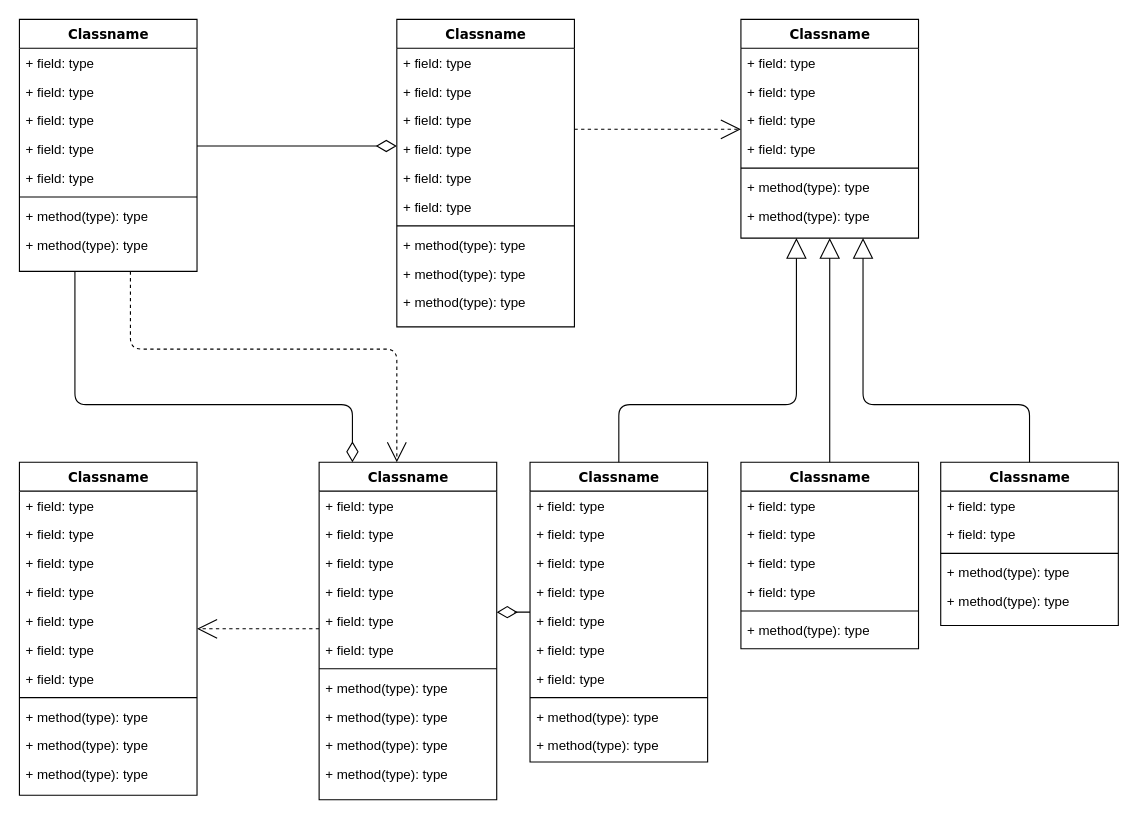
The draw.io diagram Untitled Diagram.drawio in chan227/malay-group-1, before the edit. Source tidied: cells renumbered, new cells numbered last; positions are measured from the earlier drawing's top-left corner, leaving out a move shared by most shapes. Both pictures are drawn from the tidied source at 111%, with x=0, y=0 at pixel (19, 19).
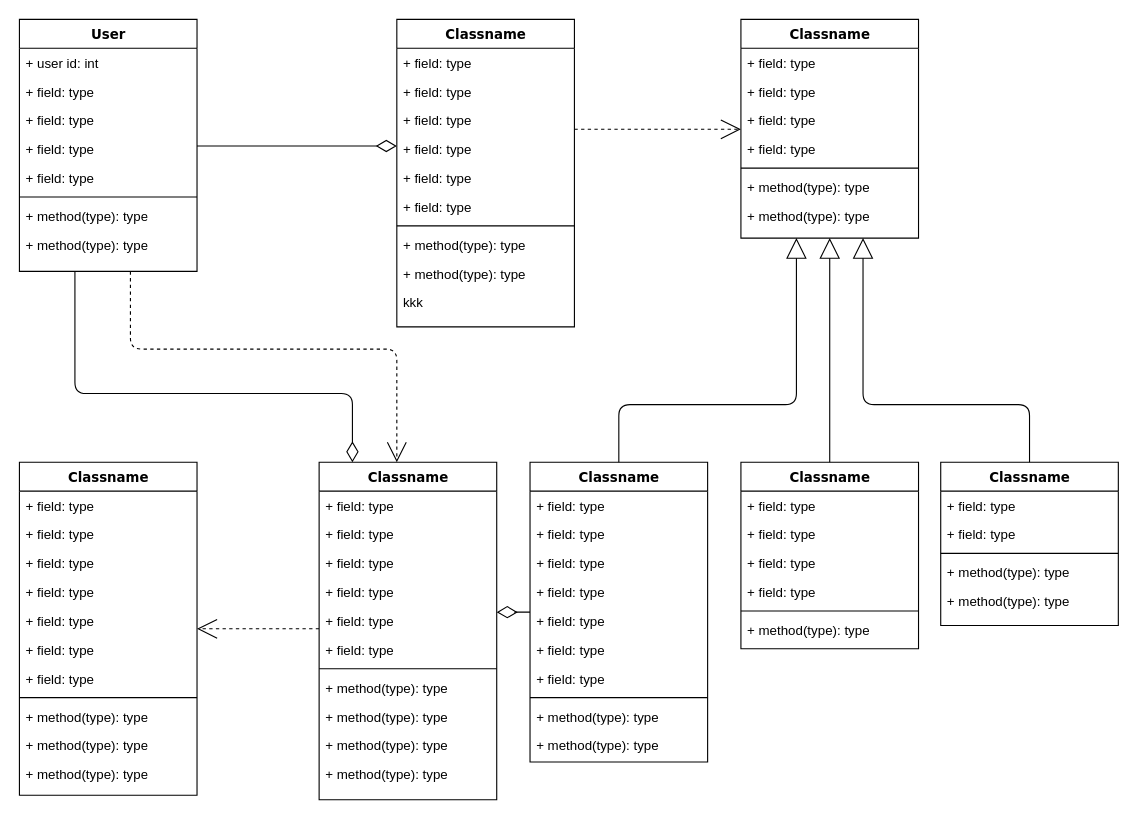
After the change.

Unchanged cells that the change refers to:
```xml
<mxCell id="14" value="Classname" style="swimlane;html=1;fontStyle=1;align=center;verticalAlign=top;horizontal=1;startSize=26;swimlaneFillColor=#ffffff;rounded=0;shadow=0;comic=0;labelBackgroundColor=none;strokeWidth=1;fillColor=none;fontFamily=Verdana;fontSize=12;" parent="1" vertex="1">
  <mxGeometry x="340" width="160" height="277" as="geometry" />
</mxCell>
<mxCell id="47" value="Classname" style="swimlane;html=1;fontStyle=1;align=center;verticalAlign=top;horizontal=1;startSize=26;swimlaneFillColor=#ffffff;rounded=0;shadow=0;comic=0;labelBackgroundColor=none;strokeWidth=1;fillColor=none;fontFamily=Verdana;fontSize=12;" parent="1" vertex="1">
  <mxGeometry x="270" y="399" width="160" height="304" as="geometry" />
</mxCell>
```

Change to the diagram source:
```diff
@@
     <mxCell id="3" style="edgeStyle=orthogonalEdgeStyle;html=1;labelBackgroundColor=none;startFill=0;startSize=8;endArrow=diamondThin;endFill=0;endSize=16;fontFamily=Verdana;fontSize=12;" parent="1" edge="1" source="4" target="47">
       <mxGeometry relative="1" as="geometry">
         <Array as="points">
-          <mxPoint x="50" y="347" />
-          <mxPoint x="300" y="347" />
+          <mxPoint x="50" y="337" />
+          <mxPoint x="300" y="337" />
         </Array>
       </mxGeometry>
     </mxCell>
-    <mxCell id="4" value="Classname" style="swimlane;html=1;fontStyle=1;align=center;verticalAlign=top;horizontal=1;startSize=26;swimlaneFillColor=#ffffff;rounded=0;shadow=0;comic=0;labelBackgroundColor=none;strokeWidth=1;fillColor=none;fontFamily=Verdana;fontSize=12;" parent="1" vertex="1">
+    <mxCell id="4" value="User" style="swimlane;html=1;fontStyle=1;align=center;verticalAlign=top;horizontal=1;startSize=26;swimlaneFillColor=#ffffff;rounded=0;shadow=0;comic=0;labelBackgroundColor=none;strokeWidth=1;fillColor=none;fontFamily=Verdana;fontSize=12;" parent="1" vertex="1">
       <mxGeometry width="160" height="227" as="geometry" />
     </mxCell>
-    <mxCell id="5" value="+ field: type" style="text;html=1;strokeColor=none;fillColor=none;align=left;verticalAlign=top;spacingLeft=4;spacingRight=4;whiteSpace=wrap;overflow=hidden;" parent="4" vertex="1">
+    <mxCell id="5" value="+ user id: int" style="text;html=1;strokeColor=none;fillColor=none;align=left;verticalAlign=top;spacingLeft=4;spacingRight=4;whiteSpace=wrap;overflow=hidden;" parent="4" vertex="1">
       <mxGeometry y="26" width="160" height="26" as="geometry" />
     </mxCell>
@@
-    <mxCell id="24" value="+ method(type): type" style="text;html=1;strokeColor=none;fillColor=none;align=left;verticalAlign=top;spacingLeft=4;spacingRight=4;whiteSpace=wrap;overflow=hidden;" parent="14" vertex="1">
+    <mxCell id="24" value="kkk" style="text;html=1;strokeColor=none;fillColor=none;align=left;verticalAlign=top;spacingLeft=4;spacingRight=4;whiteSpace=wrap;overflow=hidden;" parent="14" vertex="1">
       <mxGeometry y="242" width="160" height="26" as="geometry" />
     </mxCell>
```
